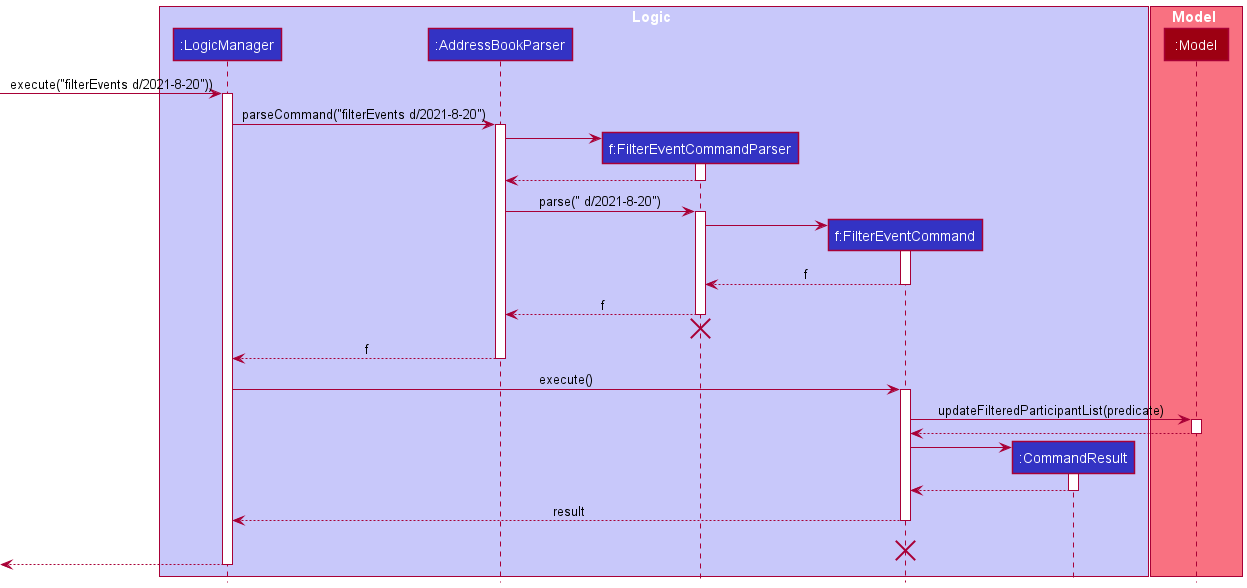
This is docs/images/FilterEventSequenceDiagram.png from nus-cs2103-AY2122S1/tp, a PlantUML export, as it was before one commit. Its diagram source:
```plantuml
@startuml
!include style.puml

box Logic LOGIC_COLOR_T1
participant ":LogicManager" as LogicManager LOGIC_COLOR
participant ":AddressBookParser" as AddressBookParser LOGIC_COLOR
participant "f:FilterEventCommandParser" as FilterEventCommandParser LOGIC_COLOR
participant "f:FilterEventCommand" as FilterEventCommand LOGIC_COLOR
participant ":CommandResult" as CommandResult LOGIC_COLOR
end box

box Model MODEL_COLOR_T1
participant ":Model" as Model MODEL_COLOR
end box

[-> LogicManager : execute("filterEvents d/2021-8-20"))
activate LogicManager

LogicManager -> AddressBookParser : parseCommand("filterEvents d/2021-8-20")
activate AddressBookParser

create FilterEventCommandParser
AddressBookParser -> FilterEventCommandParser

activate FilterEventCommandParser
FilterEventCommandParser --> AddressBookParser
deactivate FilterEventCommandParser

AddressBookParser -> FilterEventCommandParser : parse(" d/2021-8-20")
activate FilterEventCommandParser

create FilterEventCommand
FilterEventCommandParser -> FilterEventCommand
activate FilterEventCommand

FilterEventCommand --> FilterEventCommandParser : f
deactivate FilterEventCommand

FilterEventCommandParser --> AddressBookParser : f
deactivate FilterEventCommandParser

FilterEventCommandParser -[hidden]-> AddressBookParser
destroy FilterEventCommandParser

AddressBookParser --> LogicManager : f
deactivate AddressBookParser

LogicManager -> FilterEventCommand : execute()
activate FilterEventCommand

FilterEventCommand -> Model : updateFilteredParticipantList(predicate)
activate Model

Model --> FilterEventCommand
deactivate Model

create CommandResult
FilterEventCommand -> CommandResult

activate CommandResult
CommandResult --> FilterEventCommand

deactivate CommandResult

FilterEventCommand --> LogicManager : result
deactivate
FilterEventCommand -[hidden]-> LogicManager : result
destroy FilterEventCommand

[<--LogicManager
deactivate LogicManager
@enduml
```
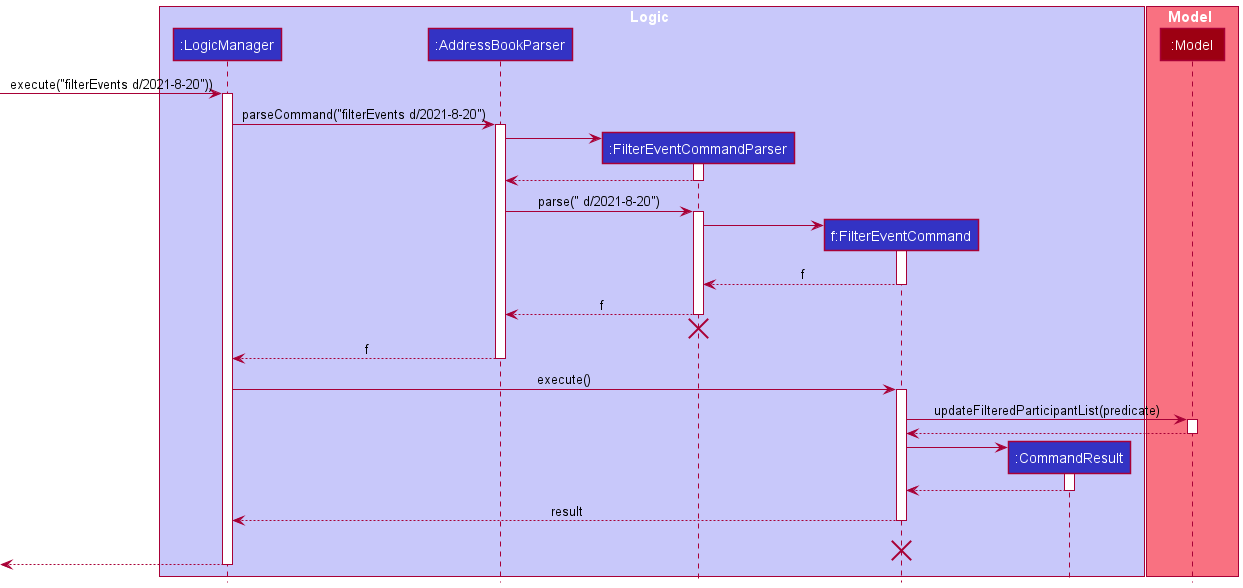
The same diagram one commit later.

What changed in the source:
```diff
@@ -4,7 +4,7 @@
 box Logic LOGIC_COLOR_T1
 participant ":LogicManager" as LogicManager LOGIC_COLOR
 participant ":AddressBookParser" as AddressBookParser LOGIC_COLOR
-participant "f:FilterEventCommandParser" as FilterEventCommandParser LOGIC_COLOR
+participant ":FilterEventCommandParser" as FilterEventCommandParser LOGIC_COLOR
 participant "f:FilterEventCommand" as FilterEventCommand LOGIC_COLOR
 participant ":CommandResult" as CommandResult LOGIC_COLOR
 end box
```
